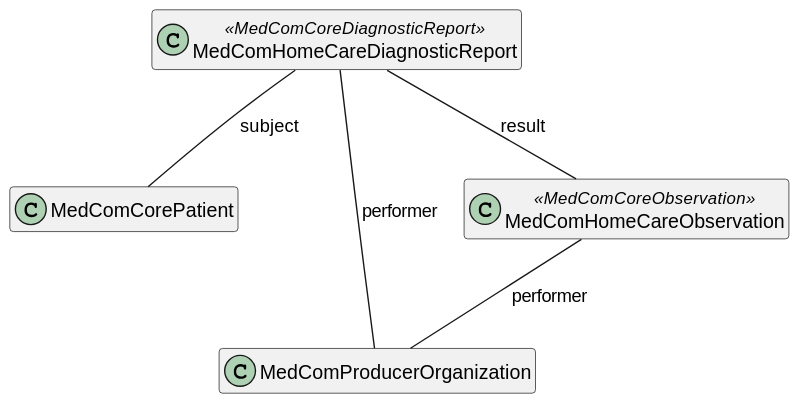
The PlantUML diagram input/images/HomeCareObservation/HomeCareObsProfile.svg in medcomdk/dk_MunicipalityObservationResults, before a commit.
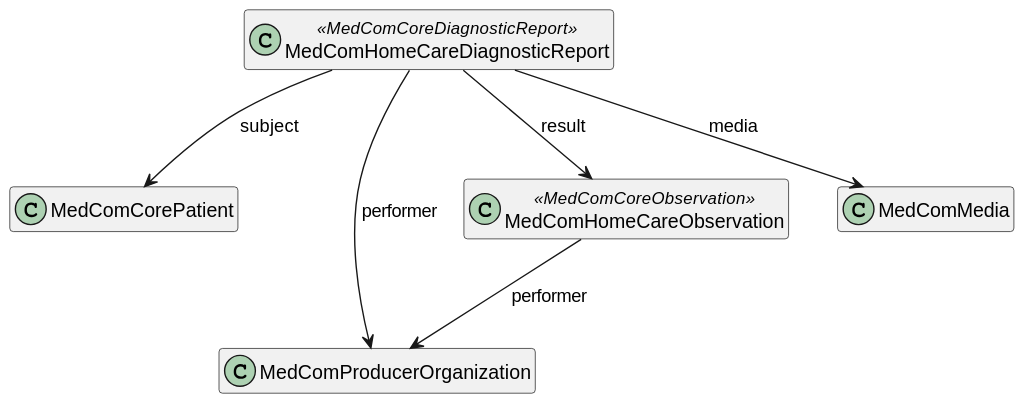
After the change.

Commit message:
pulm figures updated

Change to the diagram source:
```diff
@@ -6,11 +6,13 @@
 class "MedComProducerOrganization" as organization
 class "MedComHomeCareDiagnosticReport" as diagnosticReport <<MedComCoreDiagnosticReport>>
 class "MedComHomeCareObservation" as coreobservation <<MedComCoreObservation>>
+class "MedComMedia" as media
 
-diagnosticReport -- patient : "subject"
-diagnosticReport -- organization: "performer"
-diagnosticReport -- coreobservation : "result"
-coreobservation -- organization:"performer"
+diagnosticReport --> patient : "subject"
+diagnosticReport --> organization: "performer"
+diagnosticReport --> coreobservation : "result"
+diagnosticReport --> media : "media"
+coreobservation --> organization:"performer"
 
 
 
```
